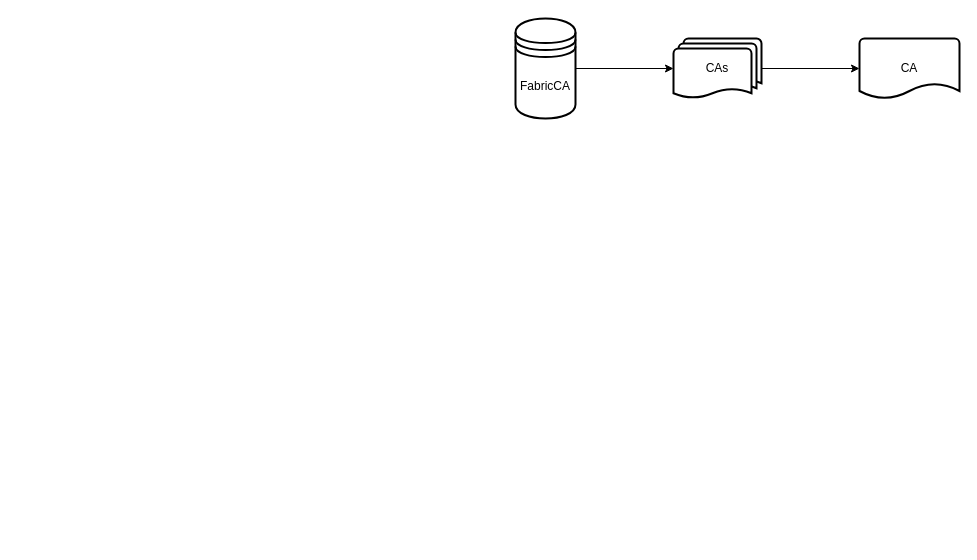
This is fabric-ca.drawio from yiuked/diagram, a draw.io file, before an edit. Source tidied: cells renumbered, new cells numbered last; positions are measured from the earlier drawing's top-left corner, leaving out a move shared by most shapes. Both pictures are drawn from the tidied source at 100%, with x=0, y=0 at pixel (515, 18).
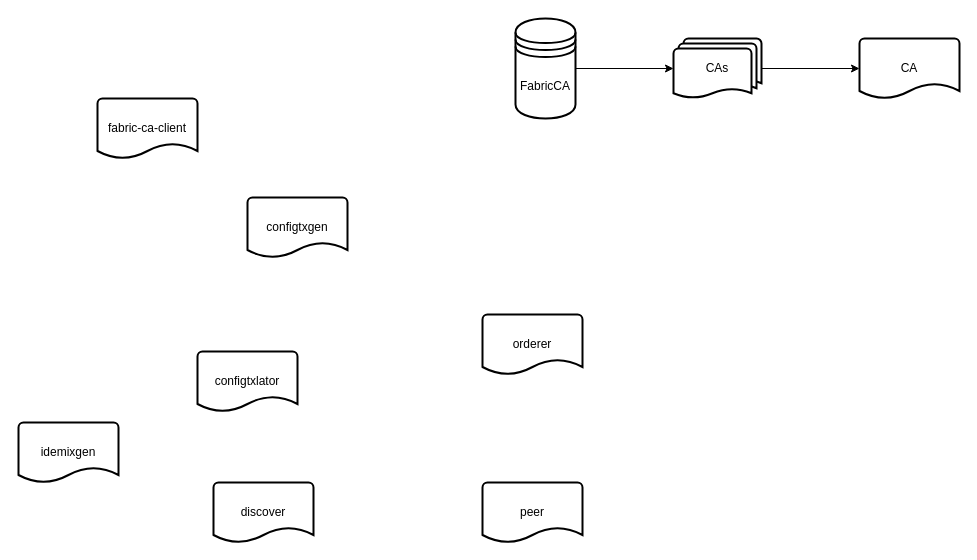
Above is the later version.

The edit, as a diff of the source:
```diff
@@
 <mxGraphModel>
   <root>
     <mxCell id="0" />
     <mxCell id="1" parent="0" />
     <mxCell id="2" style="edgeStyle=orthogonalEdgeStyle;rounded=0;jettySize=auto;html=1;exitX=1;exitY=0.5;exitDx=0;exitDy=0;" parent="1" edge="1" source="3" target="5">
       <mxGeometry relative="1" as="geometry" />
     </mxCell>
     <mxCell id="3" value="FabricCA" style="shape=datastore;whiteSpace=wrap;html=1;strokeWidth=2;" parent="1" vertex="1">
       <mxGeometry width="60" height="100" as="geometry" />
     </mxCell>
     <mxCell id="4" style="edgeStyle=orthogonalEdgeStyle;rounded=0;jettySize=auto;html=1;exitX=1;exitY=0.5;exitDx=0;exitDy=0;exitPerimeter=0;" parent="1" edge="1" source="5" target="6">
       <mxGeometry relative="1" as="geometry" />
     </mxCell>
     <mxCell id="5" value="CAs" style="strokeWidth=2;html=1;shape=mxgraph.flowchart.multi-document;whiteSpace=wrap;" parent="1" vertex="1">
       <mxGeometry x="158" y="20" width="88" height="60" as="geometry" />
     </mxCell>
     <mxCell id="6" value="CA" style="strokeWidth=2;html=1;shape=mxgraph.flowchart.document2;whiteSpace=wrap;size=0.25;" parent="1" vertex="1">
       <mxGeometry x="344" y="20" width="100" height="60" as="geometry" />
     </mxCell>
+    <mxCell id="7" value="orderer" style="strokeWidth=2;html=1;shape=mxgraph.flowchart.document2;whiteSpace=wrap;size=0.25;" parent="1" vertex="1">
+      <mxGeometry x="-33" y="296" width="100" height="60" as="geometry" />
+    </mxCell>
+    <mxCell id="8" value="peer" style="strokeWidth=2;html=1;shape=mxgraph.flowchart.document2;whiteSpace=wrap;size=0.25;" parent="1" vertex="1">
+      <mxGeometry x="-33" y="464" width="100" height="60" as="geometry" />
+    </mxCell>
+    <mxCell id="9" value="configtxgen" style="strokeWidth=2;html=1;shape=mxgraph.flowchart.document2;whiteSpace=wrap;size=0.25;" parent="1" vertex="1">
+      <mxGeometry x="-268" y="179" width="100" height="60" as="geometry" />
+    </mxCell>
+    <mxCell id="10" value="configtxlator" style="strokeWidth=2;html=1;shape=mxgraph.flowchart.document2;whiteSpace=wrap;size=0.25;" parent="1" vertex="1">
+      <mxGeometry x="-318" y="333" width="100" height="60" as="geometry" />
+    </mxCell>
+    <mxCell id="11" value="discover" style="strokeWidth=2;html=1;shape=mxgraph.flowchart.document2;whiteSpace=wrap;size=0.25;" parent="1" vertex="1">
+      <mxGeometry x="-302" y="464" width="100" height="60" as="geometry" />
+    </mxCell>
+    <mxCell id="12" value="idemixgen" style="strokeWidth=2;html=1;shape=mxgraph.flowchart.document2;whiteSpace=wrap;size=0.25;" parent="1" vertex="1">
+      <mxGeometry x="-497" y="404" width="100" height="60" as="geometry" />
+    </mxCell>
+    <mxCell id="13" value="fabric-ca-client" style="strokeWidth=2;html=1;shape=mxgraph.flowchart.document2;whiteSpace=wrap;size=0.25;" parent="1" vertex="1">
+      <mxGeometry x="-418" y="80" width="100" height="60" as="geometry" />
+    </mxCell>
   </root>
 </mxGraphModel>
```
